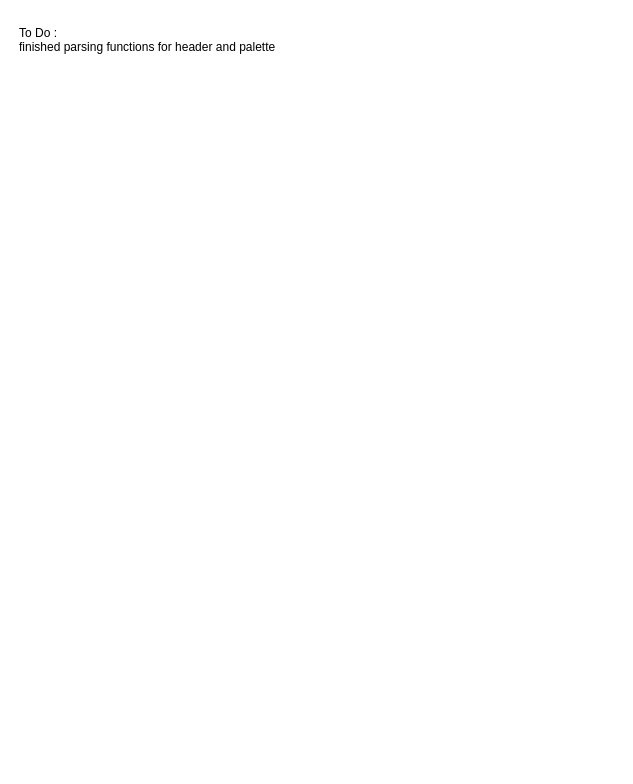
Above: docs/Software_Arch.drawio in evanwu03/embedded_video_codec (draw.io), before the change. Source tidied: cells renumbered, new cells numbered last; positions are measured from the earlier drawing's top-left corner, leaving out a move shared by most shapes. Both pictures are drawn from the tidied source at 100%, with x=0, y=0 at pixel (17, 17).
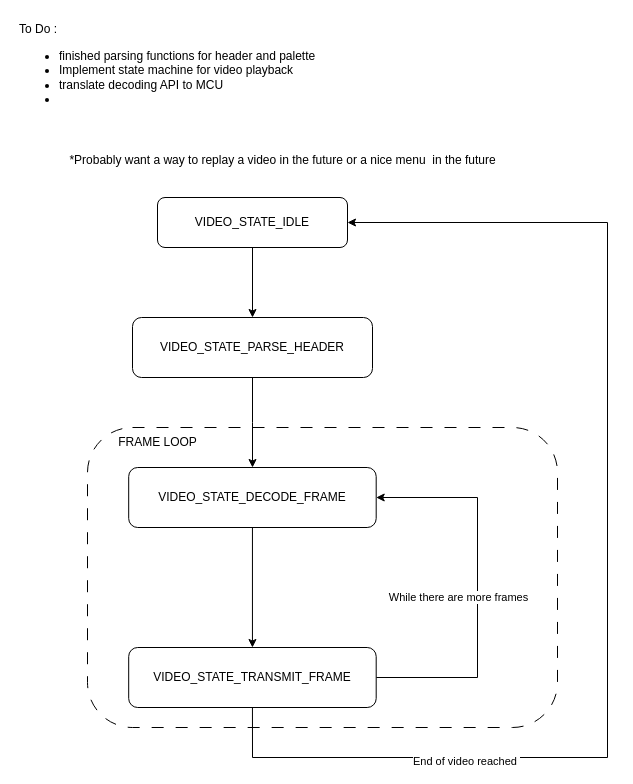
The same page after the edit.

Change to the diagram source:
```diff
@@
+    <mxCell id="3" style="rounded=1;whiteSpace=wrap;html=1;fillColor=none;dashed=1;dashPattern=12 12;" parent="1" vertex="1">
+      <mxGeometry x="70" y="410" width="470" height="300" as="geometry" />
+    </mxCell>
-    <mxCell id="2" value="To Do :&amp;nbsp;&lt;div&gt;finished parsing functions for header and palette&amp;nbsp;&lt;/div&gt;&lt;div&gt;&lt;br&gt;&lt;/div&gt;" style="text;html=1;align=left;verticalAlign=middle;strokeColor=none;fillColor=none;" parent="1" vertex="1">
-      <mxGeometry width="280" height="60" as="geometry" />
+    <mxCell id="2" value="To Do :&amp;nbsp;&lt;div&gt;&lt;ul&gt;&lt;li&gt;finished parsing functions for header and palette&amp;nbsp;&lt;/li&gt;&lt;li&gt;Implement state machine for video playback&lt;/li&gt;&lt;li&gt;translate decoding API to MCU&lt;/li&gt;&lt;li&gt;&lt;br&gt;&lt;/li&gt;&lt;/ul&gt;&lt;/div&gt;&lt;div&gt;&lt;br&gt;&lt;/div&gt;" style="text;html=1;align=left;verticalAlign=middle;strokeColor=none;fillColor=none;" parent="1" vertex="1">
+      <mxGeometry width="320" height="120" as="geometry" />
     </mxCell>
+    <mxCell id="4" style="edgeStyle=orthogonalEdgeStyle;rounded=0;jettySize=auto;html=1;" parent="1" edge="1" source="5" target="7">
+      <mxGeometry relative="1" as="geometry" />
+    </mxCell>
+    <mxCell id="5" value="VIDEO_STATE_IDLE" style="rounded=1;whiteSpace=wrap;html=1;" parent="1" vertex="1">
+      <mxGeometry x="140" y="180" width="190" height="50" as="geometry" />
+    </mxCell>
+    <mxCell id="6" style="edgeStyle=orthogonalEdgeStyle;rounded=0;jettySize=auto;html=1;" parent="1" edge="1" source="7" target="9">
+      <mxGeometry relative="1" as="geometry" />
+    </mxCell>
+    <mxCell id="7" value="VIDEO_STATE_PARSE_HEADER" style="rounded=1;whiteSpace=wrap;html=1;" parent="1" vertex="1">
+      <mxGeometry x="115" y="300" width="240" height="60" as="geometry" />
+    </mxCell>
+    <mxCell id="8" style="edgeStyle=orthogonalEdgeStyle;rounded=0;jettySize=auto;html=1;" parent="1" edge="1" source="9" target="14">
+      <mxGeometry relative="1" as="geometry" />
+    </mxCell>
+    <mxCell id="9" value="VIDEO_STATE_DECODE_FRAME" style="rounded=1;whiteSpace=wrap;html=1;" parent="1" vertex="1">
+      <mxGeometry x="111.2" y="450" width="247.5" height="60" as="geometry" />
+    </mxCell>
+    <mxCell id="10" style="edgeStyle=orthogonalEdgeStyle;rounded=0;jettySize=auto;html=1;entryX=1;entryY=0.5;entryDx=0;entryDy=0;exitX=1;exitY=0.5;exitDx=0;exitDy=0;" parent="1" edge="1" source="14" target="9">
+      <mxGeometry relative="1" as="geometry">
+        <Array as="points">
+          <mxPoint x="460" y="660" />
+          <mxPoint x="460" y="480" />
+        </Array>
+      </mxGeometry>
+    </mxCell>
+    <mxCell id="11" value="While there are more frames" style="edgeLabel;html=1;align=center;verticalAlign=middle;" parent="10" vertex="1">
+      <mxGeometry x="0.03" relative="1" as="geometry">
+        <mxPoint x="-20" y="15" as="offset" />
+      </mxGeometry>
+    </mxCell>
+    <mxCell id="12" style="edgeStyle=orthogonalEdgeStyle;rounded=0;jettySize=auto;html=1;entryX=1;entryY=0.5;entryDx=0;entryDy=0;exitX=0.5;exitY=1;exitDx=0;exitDy=0;" parent="1" edge="1" source="14" target="5">
+      <mxGeometry relative="1" as="geometry">
+        <Array as="points">
+          <mxPoint x="235" y="740" />
+          <mxPoint x="590" y="740" />
+          <mxPoint x="590" y="205" />
+        </Array>
+      </mxGeometry>
+    </mxCell>
+    <mxCell id="13" value="End of video reached&amp;nbsp;" style="edgeLabel;html=1;align=center;verticalAlign=middle;" parent="12" vertex="1">
+      <mxGeometry x="-0.59" y="-3" relative="1" as="geometry">
+        <mxPoint x="18" as="offset" />
+      </mxGeometry>
+    </mxCell>
+    <mxCell id="14" value="VIDEO_STATE_TRANSMIT_FRAME" style="rounded=1;whiteSpace=wrap;html=1;" parent="1" vertex="1">
+      <mxGeometry x="111.2" y="630" width="247.5" height="60" as="geometry" />
+    </mxCell>
+    <mxCell id="15" value="FRAME LOOP" style="text;html=1;align=center;verticalAlign=middle;strokeColor=none;fillColor=none;" parent="1" vertex="1">
+      <mxGeometry x="90" y="410" width="100" height="30" as="geometry" />
+    </mxCell>
+    <mxCell id="16" value="*Probably want a way to replay a video in the future or a nice menu&amp;nbsp; in the future" style="text;html=1;align=center;verticalAlign=middle;strokeColor=none;fillColor=none;" parent="1" vertex="1">
+      <mxGeometry x="40" y="128" width="450" height="30" as="geometry" />
+    </mxCell>
```
